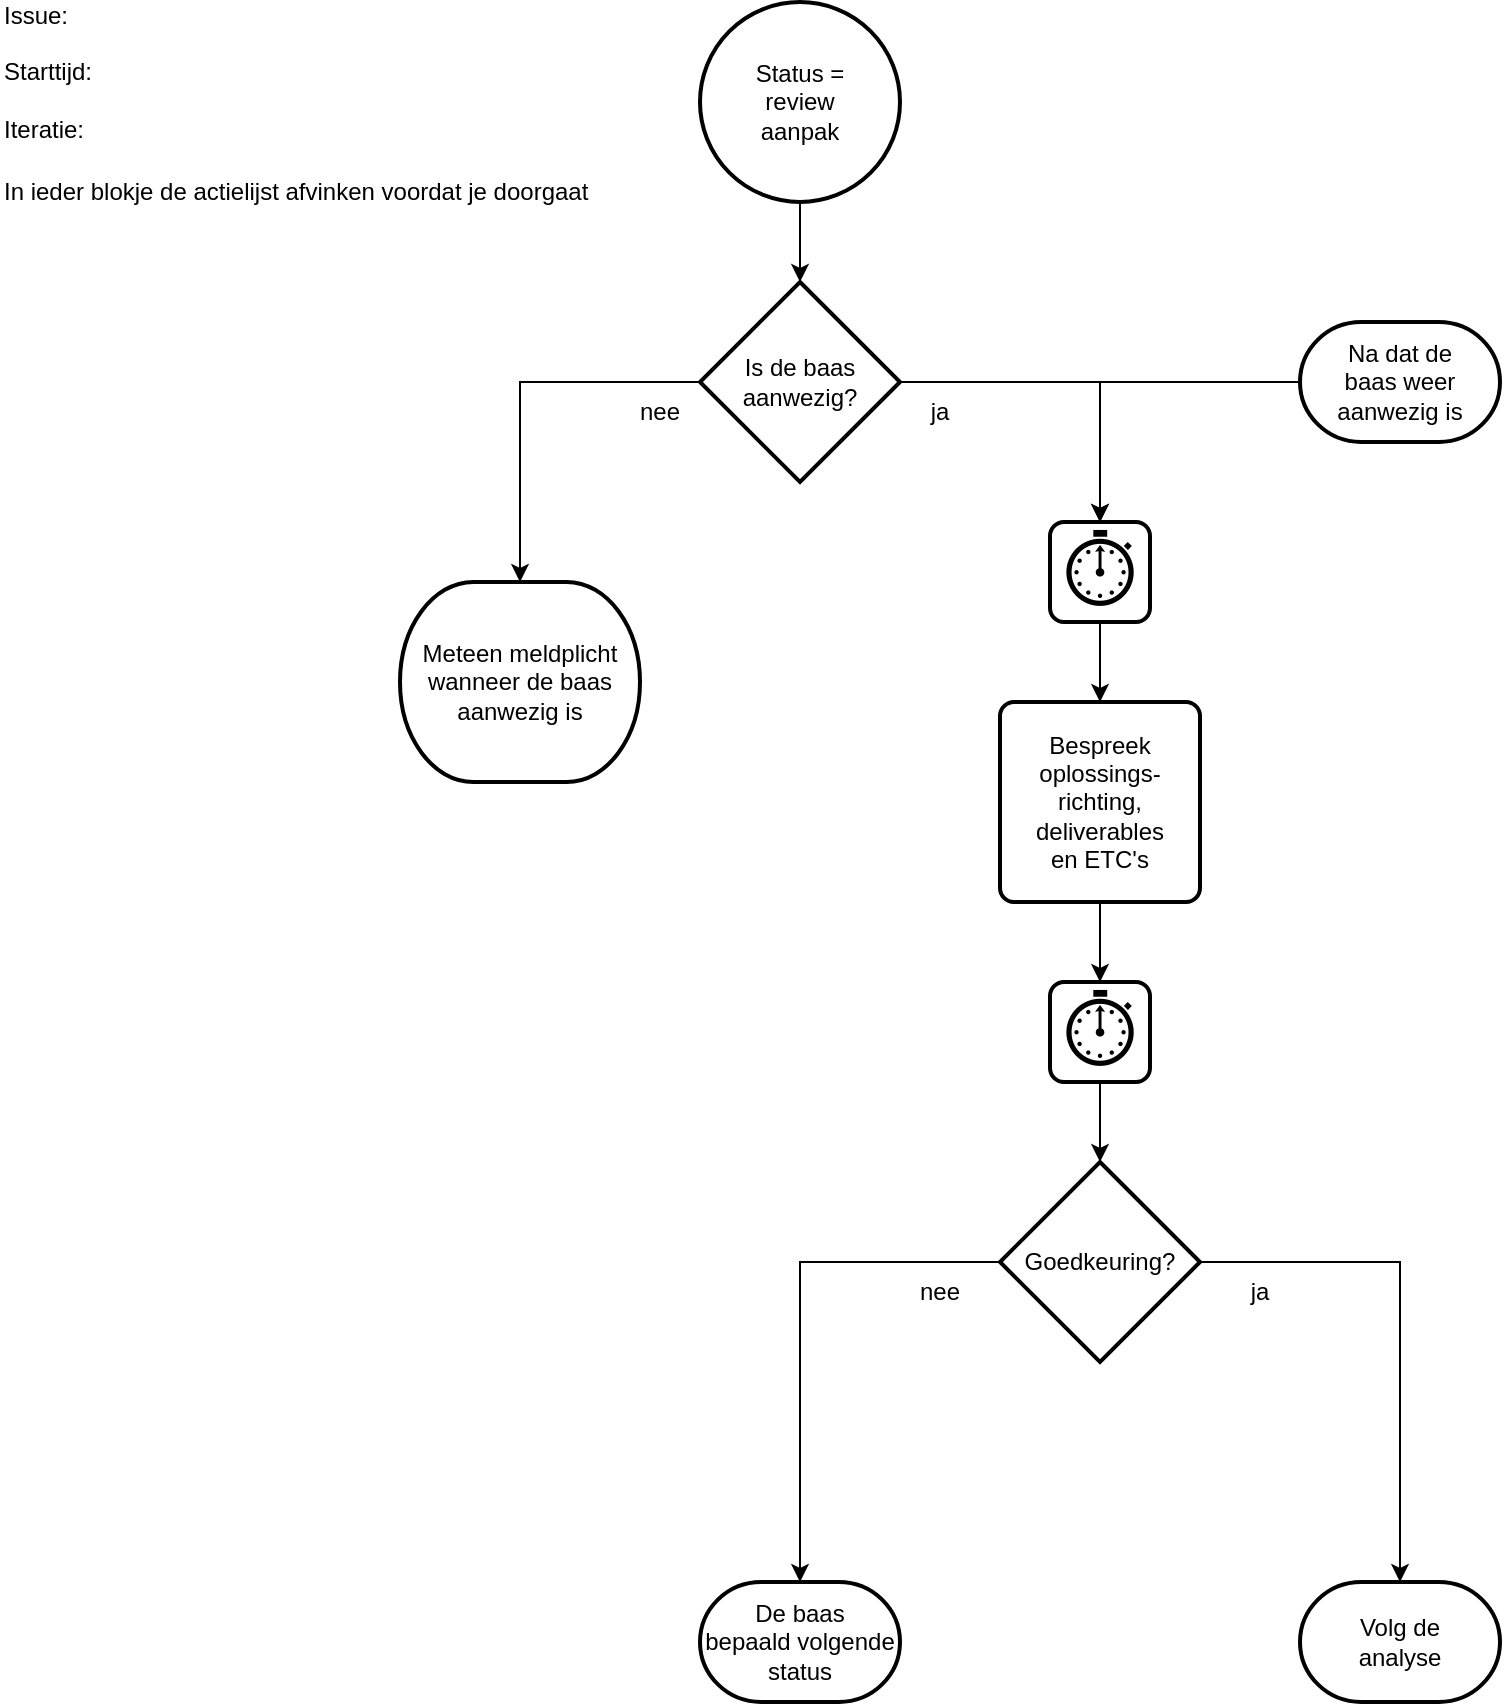
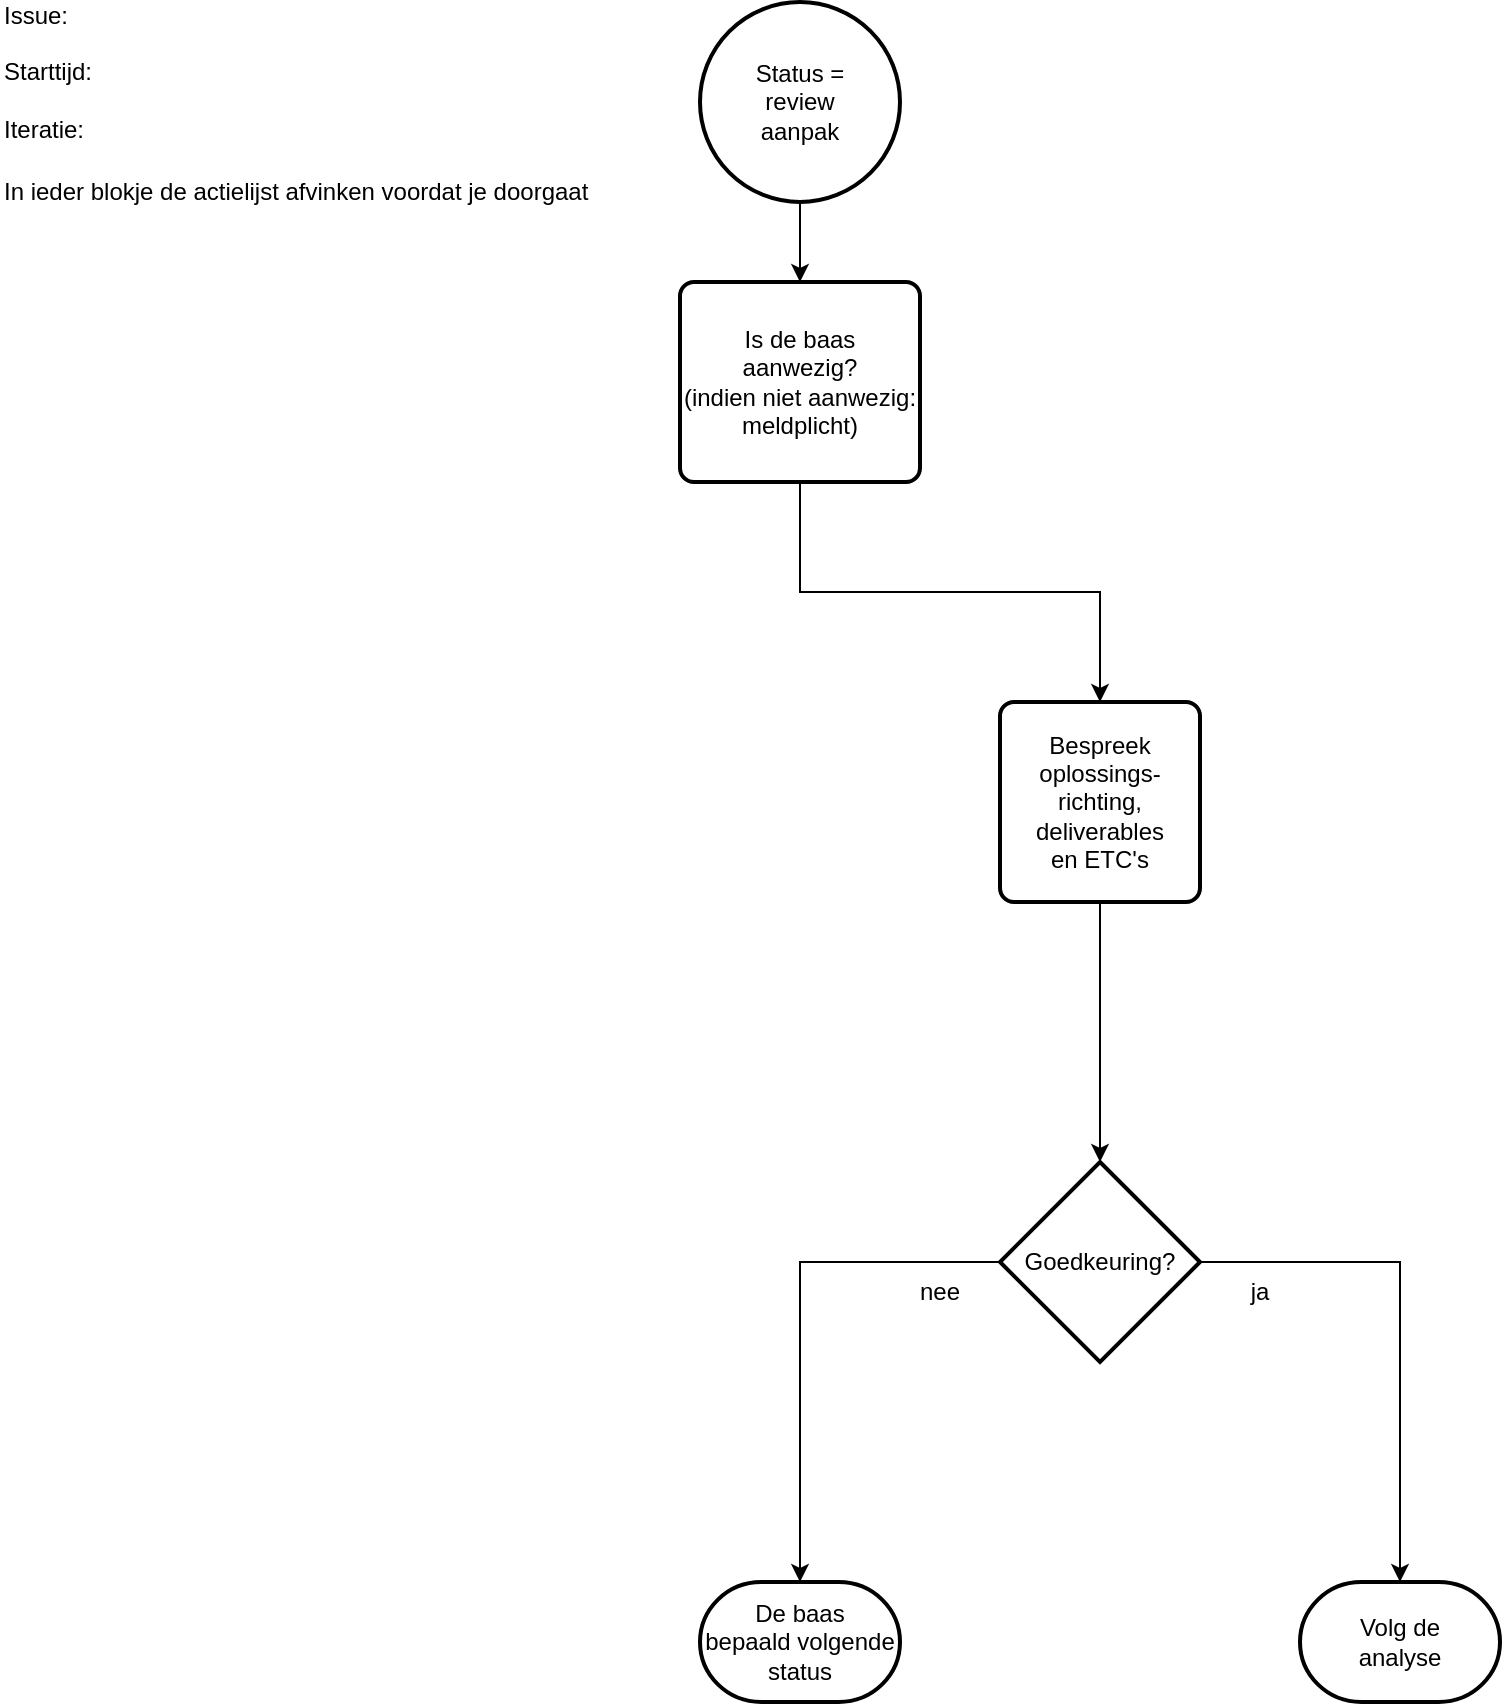
<mxfile host="Electron" agent="Mozilla/5.0 (Windows NT 10.0; Win64; x64) AppleWebKit/537.36 (KHTML, like Gecko) Chrome/143.0.0.0 Safari/537.36">
  <diagram name="Page-1" id="XNishPgJ8gbamc2b0VwM">
    <mxGraphModel dx="842" dy="1745" grid="1" gridSize="10" guides="1" tooltips="1" connect="1" arrows="1" fold="1" page="1" pageScale="1" pageWidth="827" pageHeight="1169" math="0" shadow="0">
      <root>
        <mxCell id="0" />
        <mxCell id="1" parent="0" />
        <object label="Status =&lt;br&gt;review&lt;br&gt;aanpak" Action="201" id="XehhIzECJeRqZ1Lm04T6-1">
          <mxCell parent="1" style="strokeWidth=2;html=1;shape=mxgraph.flowchart.start_2;whiteSpace=wrap;" vertex="1">
            <mxGeometry height="100" width="100" x="360" y="-1160" as="geometry" />
          </mxCell>
        </object>
        <object label="Goedkeuring?" Action="206" id="XehhIzECJeRqZ1Lm04T6-2">
          <mxCell parent="1" style="strokeWidth=2;html=1;shape=mxgraph.flowchart.decision;whiteSpace=wrap;" vertex="1">
            <mxGeometry height="100" width="100" x="510" y="-580" as="geometry" />
          </mxCell>
        </object>
        <mxCell id="XehhIzECJeRqZ1Lm04T6-3" parent="1" style="text;html=1;whiteSpace=wrap;strokeColor=none;fillColor=none;align=center;verticalAlign=middle;rounded=0;" value="ja" vertex="1">
          <mxGeometry height="30" width="60" x="610" y="-530" as="geometry" />
        </mxCell>
        <object label="De baas&lt;br&gt;bepaald volgende&lt;br&gt;status" Action="206F" id="XehhIzECJeRqZ1Lm04T6-4">
          <mxCell parent="1" style="strokeWidth=2;html=1;shape=mxgraph.flowchart.terminator;whiteSpace=wrap;" vertex="1">
            <mxGeometry height="60" width="100" x="360" y="-370" as="geometry" />
          </mxCell>
        </object>
        <mxCell id="XehhIzECJeRqZ1Lm04T6-5" parent="1" style="text;html=1;whiteSpace=wrap;strokeColor=none;fillColor=none;align=center;verticalAlign=middle;rounded=0;" value="nee" vertex="1">
          <mxGeometry height="30" width="60" x="450" y="-530" as="geometry" />
        </mxCell>
        <object label="Volg de&lt;br&gt;analyse" Action="206T" id="XehhIzECJeRqZ1Lm04T6-6">
          <mxCell parent="1" style="strokeWidth=2;html=1;shape=mxgraph.flowchart.terminator;whiteSpace=wrap;" vertex="1">
            <mxGeometry height="60" width="100" x="660" y="-370" as="geometry" />
          </mxCell>
        </object>
        <mxCell id="XehhIzECJeRqZ1Lm04T6-7" edge="1" parent="1" source="XehhIzECJeRqZ1Lm04T6-2" style="edgeStyle=orthogonalEdgeStyle;rounded=0;orthogonalLoop=1;jettySize=auto;html=1;exitX=0;exitY=0.5;exitDx=0;exitDy=0;exitPerimeter=0;entryX=0.5;entryY=0;entryDx=0;entryDy=0;entryPerimeter=0;" target="XehhIzECJeRqZ1Lm04T6-4">
          <mxGeometry relative="1" as="geometry" />
        </mxCell>
        <mxCell id="XehhIzECJeRqZ1Lm04T6-8" edge="1" parent="1" source="XehhIzECJeRqZ1Lm04T6-2" style="edgeStyle=orthogonalEdgeStyle;rounded=0;orthogonalLoop=1;jettySize=auto;html=1;exitX=1;exitY=0.5;exitDx=0;exitDy=0;exitPerimeter=0;entryX=0.5;entryY=0;entryDx=0;entryDy=0;entryPerimeter=0;" target="XehhIzECJeRqZ1Lm04T6-6">
          <mxGeometry relative="1" as="geometry" />
        </mxCell>
        <mxCell id="XehhIzECJeRqZ1Lm04T6-9" parent="1" style="text;html=1;align=left;verticalAlign=middle;whiteSpace=wrap;rounded=0;" value="Issue:&amp;nbsp; &amp;nbsp;&lt;br&gt;&lt;br&gt;Starttijd:&lt;br&gt;&lt;br&gt;Iteratie:&amp;nbsp;" vertex="1">
          <mxGeometry height="30" width="60" x="10" y="-1140" as="geometry" />
        </mxCell>
-         <mxCell id="XehhIzECJeRqZ1Lm04T6-10" edge="1" parent="1" source="XehhIzECJeRqZ1Lm04T6-11" style="edgeStyle=orthogonalEdgeStyle;rounded=0;orthogonalLoop=1;jettySize=auto;html=1;exitX=1;exitY=0.5;exitDx=0;exitDy=0;exitPerimeter=0;entryX=0.5;entryY=0;entryDx=0;entryDy=0;" target="XehhIzECJeRqZ1Lm04T6-23">
+         <mxCell id="XehhIzECJeRqZ1Lm04T6-10" edge="1" parent="1" source="XehhIzECJeRqZ1Lm04T6-11" style="edgeStyle=orthogonalEdgeStyle;rounded=0;orthogonalLoop=1;jettySize=auto;html=1;exitX=0.5;exitY=1;exitDx=0;exitDy=0;entryX=0.5;entryY=0;entryDx=0;entryDy=0;" target="XehhIzECJeRqZ1Lm04T6-19">
          <mxGeometry relative="1" as="geometry" />
        </mxCell>
-         <object label="Is de baas&lt;br&gt;aanwezig?" Action="202" id="XehhIzECJeRqZ1Lm04T6-11">
-           <mxCell parent="1" style="strokeWidth=2;html=1;shape=mxgraph.flowchart.decision;whiteSpace=wrap;" vertex="1">
-             <mxGeometry height="100" width="100" x="360" y="-1020" as="geometry" />
+         <object label="Is de baas&lt;br&gt;aanwezig?&lt;br&gt;(indien niet aanwezig:&lt;br&gt;meldplicht)" Action="202" id="XehhIzECJeRqZ1Lm04T6-11">
+           <mxCell parent="1" style="rounded=1;whiteSpace=wrap;html=1;absoluteArcSize=1;arcSize=14;strokeWidth=2;" vertex="1">
+             <mxGeometry height="100" width="120" x="350" y="-1020" as="geometry" />
          </mxCell>
        </object>
-         <mxCell id="XehhIzECJeRqZ1Lm04T6-12" parent="1" style="text;html=1;whiteSpace=wrap;strokeColor=none;fillColor=none;align=center;verticalAlign=middle;rounded=0;" value="ja" vertex="1">
-           <mxGeometry height="30" width="60" x="450" y="-970" as="geometry" />
-         </mxCell>
-         <object label="Meteen meldplicht&lt;br&gt;wanneer de baas&lt;br&gt;aanwezig is" Action="202F" id="XehhIzECJeRqZ1Lm04T6-13">
-           <mxCell parent="1" style="strokeWidth=2;html=1;shape=mxgraph.flowchart.terminator;whiteSpace=wrap;" vertex="1">
-             <mxGeometry height="100" width="120" x="210" y="-870" as="geometry" />
-           </mxCell>
-         </object>
-         <mxCell id="XehhIzECJeRqZ1Lm04T6-14" parent="1" style="text;html=1;whiteSpace=wrap;strokeColor=none;fillColor=none;align=center;verticalAlign=middle;rounded=0;" value="nee" vertex="1">
-           <mxGeometry height="30" width="60" x="310" y="-970" as="geometry" />
-         </mxCell>
-         <mxCell id="XehhIzECJeRqZ1Lm04T6-15" edge="1" parent="1" source="XehhIzECJeRqZ1Lm04T6-11" style="edgeStyle=orthogonalEdgeStyle;rounded=0;orthogonalLoop=1;jettySize=auto;html=1;exitX=0;exitY=0.5;exitDx=0;exitDy=0;exitPerimeter=0;entryX=0.5;entryY=0;entryDx=0;entryDy=0;entryPerimeter=0;" target="XehhIzECJeRqZ1Lm04T6-13">
-           <mxGeometry relative="1" as="geometry" />
-         </mxCell>
-         <mxCell id="XehhIzECJeRqZ1Lm04T6-16" edge="1" parent="1" source="XehhIzECJeRqZ1Lm04T6-17" style="edgeStyle=orthogonalEdgeStyle;rounded=0;orthogonalLoop=1;jettySize=auto;html=1;exitX=0;exitY=0.5;exitDx=0;exitDy=0;exitPerimeter=0;entryX=0.5;entryY=0;entryDx=0;entryDy=0;" target="XehhIzECJeRqZ1Lm04T6-23">
-           <mxGeometry relative="1" as="geometry" />
-         </mxCell>
-         <object label="Na dat de&lt;br&gt;baas weer&lt;br&gt;aanwezig is" Action="202T" id="XehhIzECJeRqZ1Lm04T6-17">
-           <mxCell parent="1" style="strokeWidth=2;html=1;shape=mxgraph.flowchart.terminator;whiteSpace=wrap;" vertex="1">
-             <mxGeometry height="60" width="100" x="660" y="-1000" as="geometry" />
-           </mxCell>
-         </object>
-         <mxCell id="XehhIzECJeRqZ1Lm04T6-18" edge="1" parent="1" source="XehhIzECJeRqZ1Lm04T6-19" style="edgeStyle=orthogonalEdgeStyle;rounded=0;orthogonalLoop=1;jettySize=auto;html=1;" target="XehhIzECJeRqZ1Lm04T6-25" value="">
+         <mxCell id="XehhIzECJeRqZ1Lm04T6-18" edge="1" parent="1" source="XehhIzECJeRqZ1Lm04T6-19" style="edgeStyle=orthogonalEdgeStyle;rounded=0;orthogonalLoop=1;jettySize=auto;html=1;exitX=0.5;exitY=1;exitDx=0;exitDy=0;entryX=0.5;entryY=0;entryDx=0;entryDy=0;entryPerimeter=0;" target="XehhIzECJeRqZ1Lm04T6-2">
          <mxGeometry relative="1" as="geometry" />
        </mxCell>
        <object label="Bespreek&lt;br&gt;oplossings-richting,&lt;br&gt;deliverables&lt;br&gt;en ETC&#39;s" Action="204" id="XehhIzECJeRqZ1Lm04T6-19">
          <mxCell parent="1" style="rounded=1;whiteSpace=wrap;html=1;absoluteArcSize=1;arcSize=14;strokeWidth=2;" vertex="1">
            <mxGeometry height="100" width="100" x="510" y="-810" as="geometry" />
          </mxCell>
        </object>
-         <mxCell id="XehhIzECJeRqZ1Lm04T6-20" edge="1" parent="1" source="XehhIzECJeRqZ1Lm04T6-1" style="edgeStyle=orthogonalEdgeStyle;rounded=0;orthogonalLoop=1;jettySize=auto;html=1;exitX=0.5;exitY=1;exitDx=0;exitDy=0;exitPerimeter=0;entryX=0.5;entryY=0;entryDx=0;entryDy=0;entryPerimeter=0;" target="XehhIzECJeRqZ1Lm04T6-11">
+         <mxCell id="XehhIzECJeRqZ1Lm04T6-20" edge="1" parent="1" source="XehhIzECJeRqZ1Lm04T6-1" style="edgeStyle=orthogonalEdgeStyle;rounded=0;orthogonalLoop=1;jettySize=auto;html=1;exitX=0.5;exitY=1;exitDx=0;exitDy=0;exitPerimeter=0;entryX=0.5;entryY=0;entryDx=0;entryDy=0;" target="XehhIzECJeRqZ1Lm04T6-11">
          <mxGeometry relative="1" as="geometry" />
        </mxCell>
        <mxCell id="XehhIzECJeRqZ1Lm04T6-21" parent="1" style="text;html=1;whiteSpace=wrap;strokeColor=none;fillColor=none;align=left;verticalAlign=middle;rounded=0;labelPosition=center;verticalLabelPosition=middle;" value="In ieder blokje de actielijst afvinken voordat je doorgaat" vertex="1">
          <mxGeometry height="30" width="300" x="10" y="-1080" as="geometry" />
        </mxCell>
-         <mxCell id="XehhIzECJeRqZ1Lm04T6-22" edge="1" parent="1" source="XehhIzECJeRqZ1Lm04T6-23" style="edgeStyle=orthogonalEdgeStyle;rounded=0;orthogonalLoop=1;jettySize=auto;html=1;" target="XehhIzECJeRqZ1Lm04T6-19" value="">
-           <mxGeometry relative="1" as="geometry" />
-         </mxCell>
-         <object label="&lt;font style=&quot;font-size: 36px;&quot;&gt;⏱️&lt;/font&gt;" Action="203" id="XehhIzECJeRqZ1Lm04T6-23">
-           <mxCell parent="1" style="rounded=1;whiteSpace=wrap;html=1;absoluteArcSize=1;arcSize=14;strokeWidth=2;" vertex="1">
-             <mxGeometry height="50" width="50" x="535" y="-900" as="geometry" />
-           </mxCell>
-         </object>
-         <mxCell id="XehhIzECJeRqZ1Lm04T6-24" edge="1" parent="1" source="XehhIzECJeRqZ1Lm04T6-25" style="edgeStyle=orthogonalEdgeStyle;rounded=0;orthogonalLoop=1;jettySize=auto;html=1;" target="XehhIzECJeRqZ1Lm04T6-2" value="">
-           <mxGeometry relative="1" as="geometry" />
-         </mxCell>
-         <object label="&lt;font style=&quot;font-size: 36px;&quot;&gt;⏱️&lt;/font&gt;" Action="205" id="XehhIzECJeRqZ1Lm04T6-25">
-           <mxCell parent="1" style="rounded=1;whiteSpace=wrap;html=1;absoluteArcSize=1;arcSize=14;strokeWidth=2;" vertex="1">
-             <mxGeometry height="50" width="50" x="535" y="-670" as="geometry" />
-           </mxCell>
-         </object>
      </root>
    </mxGraphModel>
  </diagram>
</mxfile>
